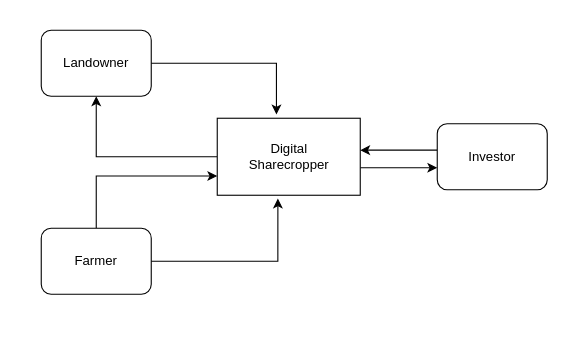
Arif-Shahriar028/draw.io keeps this draw.io diagram as page "Page-4" (4 of 4) of files/Fabric-Diagrams.drawio. Above is the earlier version. Source tidied: cells renumbered, new cells numbered last; positions are measured from the earlier drawing's top-left corner, leaving out a move shared by most shapes. Both pictures are drawn from the tidied source at 110%, with x=0, y=0 at pixel (41, 30). Pictures stored in the file or linked from it are replaced by grey dashed boxes.
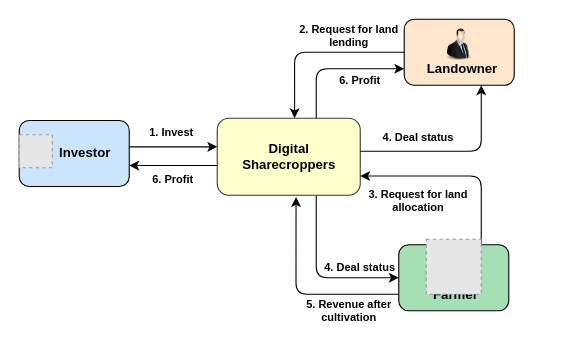
The same diagram, later.

Diff of the diagram source:
```diff
@@
-    <mxCell id="2" style="edgeStyle=orthogonalEdgeStyle;rounded=0;jettySize=auto;html=1;entryX=0.5;entryY=1;entryDx=0;entryDy=0;" parent="1" edge="1" source="4" target="7">
-      <mxGeometry relative="1" as="geometry" />
-    </mxCell>
-    <mxCell id="3" style="edgeStyle=orthogonalEdgeStyle;rounded=0;orthogonalLoop=1;jettySize=auto;html=1;" parent="1" edge="1">
-      <mxGeometry relative="1" as="geometry">
-        <mxPoint x="290" y="125" as="sourcePoint" />
-        <mxPoint x="360" y="125" as="targetPoint" />
-        <Array as="points">
-          <mxPoint x="320" y="125" />
-          <mxPoint x="320" y="125" />
-        </Array>
-      </mxGeometry>
-    </mxCell>
+    <mxCell id="16" value="4. Deal status" style="text;html=1;strokeColor=none;fillColor=none;align=center;verticalAlign=middle;whiteSpace=wrap;rounded=1;fontSize=10;fontStyle=1;" parent="1" vertex="1">
+      <mxGeometry x="230" y="200" width="120" height="30" as="geometry" />
+    </mxCell>
+    <mxCell id="17" style="edgeStyle=orthogonalEdgeStyle;rounded=1;orthogonalLoop=1;jettySize=auto;html=1;entryX=1;entryY=0.5;entryDx=0;entryDy=0;fontStyle=1;" parent="1" edge="1">
+      <mxGeometry relative="1" as="geometry">
+        <mxPoint x="160" y="123" as="sourcePoint" />
+        <mxPoint x="80" y="123" as="targetPoint" />
+      </mxGeometry>
+    </mxCell>
+    <mxCell id="18" style="edgeStyle=orthogonalEdgeStyle;rounded=1;jettySize=auto;html=1;entryX=0;entryY=0.75;entryDx=0;entryDy=0;fontStyle=1;" parent="1" edge="1" source="4" target="7">
+      <mxGeometry relative="1" as="geometry">
+        <Array as="points">
+          <mxPoint x="250" y="35" />
+        </Array>
+      </mxGeometry>
+    </mxCell>
+    <mxCell id="19" style="edgeStyle=orthogonalEdgeStyle;rounded=1;jettySize=auto;html=1;entryX=0;entryY=0.5;entryDx=0;entryDy=0;fontStyle=1;" parent="1" edge="1" source="4" target="6">
+      <mxGeometry relative="1" as="geometry">
+        <Array as="points">
+          <mxPoint x="250" y="225" />
+        </Array>
+      </mxGeometry>
+    </mxCell>
-    <mxCell id="4" style="rounded=0;whiteSpace=wrap;html=1;" parent="1" vertex="1">
+    <mxCell id="4" style="rounded=1;whiteSpace=wrap;html=1;fontStyle=1;fillColor=#FFFFCC;strokeColor=#36393d;glass=0;shadow=0;labelBorderColor=none;textOpacity=5;" parent="1" vertex="1">
       <mxGeometry x="160" y="80" width="130" height="70" as="geometry" />
     </mxCell>
-    <mxCell id="5" style="edgeStyle=orthogonalEdgeStyle;rounded=0;jettySize=auto;html=1;entryX=0;entryY=0.75;entryDx=0;entryDy=0;" parent="1" edge="1" source="6" target="4">
-      <mxGeometry relative="1" as="geometry">
-        <Array as="points">
-          <mxPoint x="50" y="132" />
-        </Array>
-      </mxGeometry>
-    </mxCell>
+    <mxCell id="20" style="edgeStyle=orthogonalEdgeStyle;rounded=1;jettySize=auto;html=1;entryX=1;entryY=0.75;entryDx=0;entryDy=0;fontStyle=1;" parent="1" edge="1" source="6" target="4">
+      <mxGeometry relative="1" as="geometry">
+        <Array as="points">
+          <mxPoint x="400" y="132" />
+        </Array>
+      </mxGeometry>
+    </mxCell>
-    <mxCell id="6" style="rounded=1;whiteSpace=wrap;html=1;" parent="1" vertex="1">
-      <mxGeometry y="180" width="100" height="60" as="geometry" />
+    <mxCell id="6" style="rounded=1;whiteSpace=wrap;html=1;fontStyle=1;fillColor=#A7DFB4;strokeColor=default;glass=0;shadow=0;labelBorderColor=none;textOpacity=5;" parent="1" vertex="1">
+      <mxGeometry x="325" y="195" width="100" height="60" as="geometry" />
     </mxCell>
-    <mxCell id="7" style="rounded=1;whiteSpace=wrap;html=1;" parent="1" vertex="1">
-      <mxGeometry width="100" height="60" as="geometry" />
+    <mxCell id="7" style="rounded=1;whiteSpace=wrap;html=1;fontStyle=1;fillColor=#ffe6cc;strokeColor=default;glass=0;shadow=0;labelBorderColor=none;textOpacity=5;" parent="1" vertex="1">
+      <mxGeometry x="330" y="-10" width="100" height="60" as="geometry" />
     </mxCell>
-    <mxCell id="8" style="edgeStyle=orthogonalEdgeStyle;rounded=0;orthogonalLoop=1;jettySize=auto;html=1;" parent="1" edge="1">
-      <mxGeometry relative="1" as="geometry">
-        <mxPoint x="360" y="109" as="sourcePoint" />
-        <mxPoint x="290" y="109" as="targetPoint" />
-        <Array as="points">
-          <mxPoint x="330" y="109" />
-          <mxPoint x="330" y="109" />
-        </Array>
-      </mxGeometry>
-    </mxCell>
+    <mxCell id="21" style="edgeStyle=orthogonalEdgeStyle;rounded=1;orthogonalLoop=1;jettySize=auto;html=1;entryX=0;entryY=0.5;entryDx=0;entryDy=0;fontStyle=1;" parent="1" edge="1">
+      <mxGeometry relative="1" as="geometry">
+        <mxPoint x="80" y="106" as="sourcePoint" />
+        <mxPoint x="160" y="106" as="targetPoint" />
+      </mxGeometry>
+    </mxCell>
-    <mxCell id="9" style="rounded=1;whiteSpace=wrap;html=1;" parent="1" vertex="1">
-      <mxGeometry x="360" y="85" width="100" height="60" as="geometry" />
+    <mxCell id="9" style="rounded=1;whiteSpace=wrap;html=1;fontStyle=1;fillColor=#CCE5FF;strokeColor=default;glass=0;shadow=0;labelBorderColor=none;textOpacity=5;" parent="1" vertex="1">
+      <mxGeometry x="-20" y="82" width="100" height="60" as="geometry" />
     </mxCell>
-    <mxCell id="10" style="edgeStyle=orthogonalEdgeStyle;rounded=0;jettySize=auto;html=1;entryX=0.424;entryY=1.043;entryDx=0;entryDy=0;entryPerimeter=0;" parent="1" edge="1" source="6" target="4">
-      <mxGeometry relative="1" as="geometry" />
-    </mxCell>
-    <mxCell id="11" style="edgeStyle=orthogonalEdgeStyle;rounded=0;jettySize=auto;html=1;entryX=0.414;entryY=-0.05;entryDx=0;entryDy=0;entryPerimeter=0;" parent="1" edge="1" source="7" target="4">
-      <mxGeometry relative="1" as="geometry" />
-    </mxCell>
-    <mxCell id="12" value="Landowner" style="text;html=1;strokeColor=none;fillColor=none;align=center;verticalAlign=middle;whiteSpace=wrap;rounded=0;" parent="1" vertex="1">
-      <mxGeometry x="20" y="15" width="60" height="30" as="geometry" />
+    <mxCell id="12" value="Landowner" style="text;html=1;strokeColor=none;fillColor=none;align=center;verticalAlign=middle;whiteSpace=wrap;rounded=1;fontStyle=1;" parent="1" vertex="1">
+      <mxGeometry x="353" y="20" width="60" height="30" as="geometry" />
     </mxCell>
-    <mxCell id="13" value="Farmer" style="text;html=1;strokeColor=none;fillColor=none;align=center;verticalAlign=middle;whiteSpace=wrap;rounded=0;" parent="1" vertex="1">
-      <mxGeometry x="20" y="195" width="60" height="30" as="geometry" />
+    <mxCell id="13" value="Farmer" style="text;html=1;strokeColor=none;fillColor=none;align=center;verticalAlign=middle;whiteSpace=wrap;rounded=1;fontStyle=1;" parent="1" vertex="1">
+      <mxGeometry x="347" y="226" width="60" height="30" as="geometry" />
     </mxCell>
-    <mxCell id="14" value="Digital Sharecropper" style="text;html=1;strokeColor=none;fillColor=none;align=center;verticalAlign=middle;whiteSpace=wrap;rounded=0;" parent="1" vertex="1">
+    <mxCell id="14" value="Digital Sharecroppers" style="text;html=1;strokeColor=none;fillColor=none;align=center;verticalAlign=middle;whiteSpace=wrap;rounded=1;fontStyle=1;" parent="1" vertex="1">
       <mxGeometry x="182.5" y="100" width="85" height="30" as="geometry" />
     </mxCell>
-    <mxCell id="15" value="Investor" style="text;html=1;strokeColor=none;fillColor=none;align=center;verticalAlign=middle;whiteSpace=wrap;rounded=0;" parent="1" vertex="1">
-      <mxGeometry x="380" y="100" width="60" height="30" as="geometry" />
+    <mxCell id="15" value="Investor" style="text;html=1;strokeColor=none;fillColor=none;align=center;verticalAlign=middle;whiteSpace=wrap;rounded=1;fontStyle=1;" parent="1" vertex="1">
+      <mxGeometry x="10" y="97" width="60" height="30" as="geometry" />
     </mxCell>
+    <mxCell id="22" value="2. Request for land lending" style="text;html=1;strokeColor=none;fillColor=none;align=center;verticalAlign=middle;whiteSpace=wrap;rounded=1;fontSize=10;fontStyle=1;" parent="1" vertex="1">
+      <mxGeometry x="220" y="-10" width="120" height="30" as="geometry" />
+    </mxCell>
+    <mxCell id="23" value="3. Request for land allocation" style="text;html=1;strokeColor=none;fillColor=none;align=center;verticalAlign=middle;whiteSpace=wrap;rounded=1;fontSize=10;fontStyle=1;" parent="1" vertex="1">
+      <mxGeometry x="283" y="140" width="120" height="30" as="geometry" />
+    </mxCell>
+    <mxCell id="24" value="4. Deal status" style="text;html=1;strokeColor=none;fillColor=none;align=center;verticalAlign=middle;whiteSpace=wrap;rounded=1;fontSize=10;fontStyle=1;" parent="1" vertex="1">
+      <mxGeometry x="283" y="82" width="120" height="30" as="geometry" />
+    </mxCell>
+    <mxCell id="25" value="1. Invest&amp;nbsp;" style="text;html=1;strokeColor=none;fillColor=none;align=center;verticalAlign=middle;whiteSpace=wrap;rounded=1;fontSize=10;fontStyle=1;" parent="1" vertex="1">
+      <mxGeometry x="60" y="78" width="120" height="30" as="geometry" />
+    </mxCell>
+    <mxCell id="11" style="edgeStyle=orthogonalEdgeStyle;rounded=1;jettySize=auto;html=1;entryX=0.541;entryY=-0.001;entryDx=0;entryDy=0;entryPerimeter=0;fontStyle=1;" parent="1" edge="1" source="7" target="4">
+      <mxGeometry relative="1" as="geometry" />
+    </mxCell>
+    <mxCell id="26" style="edgeStyle=orthogonalEdgeStyle;rounded=1;jettySize=auto;html=1;entryX=0.551;entryY=1.024;entryDx=0;entryDy=0;entryPerimeter=0;fontStyle=1;" parent="1" edge="1" source="6" target="4">
+      <mxGeometry relative="1" as="geometry">
+        <Array as="points">
+          <mxPoint x="232" y="240" />
+        </Array>
+      </mxGeometry>
+    </mxCell>
+    <mxCell id="27" style="edgeStyle=orthogonalEdgeStyle;rounded=1;jettySize=auto;html=1;entryX=0.7;entryY=1;entryDx=0;entryDy=0;entryPerimeter=0;fontStyle=1;" parent="1" edge="1" source="4" target="7">
+      <mxGeometry relative="1" as="geometry">
+        <Array as="points">
+          <mxPoint x="400" y="110" />
+        </Array>
+      </mxGeometry>
+    </mxCell>
+    <mxCell id="28" value="5. Revenue after cultivation" style="text;html=1;strokeColor=none;fillColor=none;align=center;verticalAlign=middle;whiteSpace=wrap;rounded=1;fontSize=10;fontStyle=1;" parent="1" vertex="1">
+      <mxGeometry x="235" y="240" width="90" height="30" as="geometry" />
+    </mxCell>
+    <mxCell id="29" value="6. Profit" style="text;html=1;strokeColor=none;fillColor=none;align=center;verticalAlign=middle;whiteSpace=wrap;rounded=1;fontSize=10;fontStyle=1;" parent="1" vertex="1">
+      <mxGeometry x="230" y="30" width="120" height="30" as="geometry" />
+    </mxCell>
+    <mxCell id="30" value="6. Profit" style="text;html=1;strokeColor=none;fillColor=none;align=center;verticalAlign=middle;whiteSpace=wrap;rounded=1;fontSize=10;fontStyle=1;" parent="1" vertex="1">
+      <mxGeometry x="60" y="120" width="120" height="30" as="geometry" />
+    </mxCell>
+    <mxCell id="31" style="fillColor=#E6E6E6;strokeColor=#999999;dashed=1;html=1;verticalAlign=top;verticalLabelPosition=bottom;labelBackgroundColor=#ffffff;" parent="1" vertex="1">
+      <mxGeometry x="-20" y="95" width="30" height="30" as="geometry" />
+    </mxCell>
+    <mxCell id="32" style="fillColor=#E6E6E6;strokeColor=#999999;dashed=1;html=1;verticalAlign=top;verticalLabelPosition=bottom;labelBackgroundColor=#ffffff;" parent="1" vertex="1">
+      <mxGeometry x="350" y="190" width="50" height="50" as="geometry" />
+    </mxCell>
+    <mxCell id="33" style="image;html=1;image=img/lib/clip_art/people/Suit_Man_128x128.png;rounded=1;" parent="1" vertex="1">
+      <mxGeometry x="360" y="-2" width="40" height="30" as="geometry" />
+    </mxCell>
```
